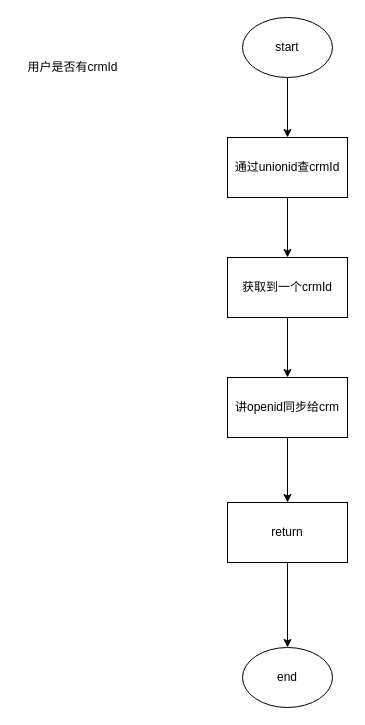
Earlier version of the draw.io diagram miniprojectexistMember.drawio (FocusZhouGD/drawprogram). Source tidied: cells renumbered, new cells numbered last; positions are measured from the earlier drawing's top-left corner, leaving out a move shared by most shapes. Both pictures are drawn from the tidied source at 100%, with x=0, y=0 at pixel (17, 17).
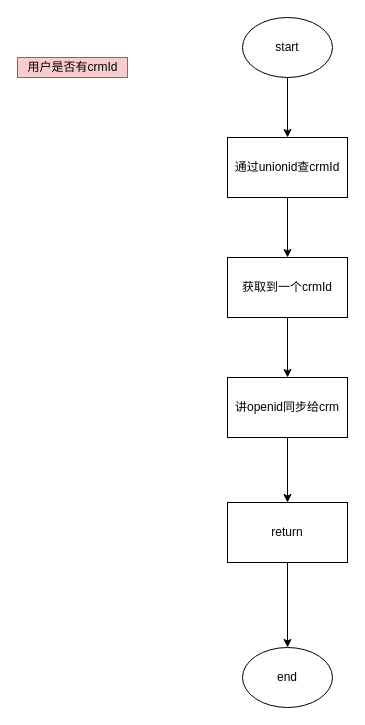
Above is the later version.

Change to the diagram source:
```diff
@@
 <mxGraphModel>
   <root>
     <mxCell id="0" />
     <mxCell id="1" parent="0" />
     <mxCell id="2" style="edgeStyle=orthogonalEdgeStyle;rounded=0;jettySize=auto;html=1;" parent="1" edge="1" source="3" target="5">
       <mxGeometry relative="1" as="geometry" />
     </mxCell>
     <mxCell id="3" value="start" style="ellipse;whiteSpace=wrap;html=1;" parent="1" vertex="1">
       <mxGeometry x="225" width="90" height="60" as="geometry" />
     </mxCell>
     <mxCell id="4" style="edgeStyle=orthogonalEdgeStyle;rounded=0;jettySize=auto;html=1;" parent="1" edge="1" source="5" target="7">
       <mxGeometry relative="1" as="geometry" />
     </mxCell>
     <mxCell id="5" value="通过unionid查crmId" style="rounded=0;whiteSpace=wrap;html=1;" parent="1" vertex="1">
       <mxGeometry x="210" y="120" width="120" height="60" as="geometry" />
     </mxCell>
     <mxCell id="6" style="edgeStyle=orthogonalEdgeStyle;rounded=0;jettySize=auto;html=1;" parent="1" edge="1" source="7" target="9">
       <mxGeometry relative="1" as="geometry" />
     </mxCell>
     <mxCell id="7" value="获取到一个crmId" style="rounded=0;whiteSpace=wrap;html=1;" parent="1" vertex="1">
       <mxGeometry x="210" y="240" width="120" height="60" as="geometry" />
     </mxCell>
     <mxCell id="8" style="edgeStyle=orthogonalEdgeStyle;rounded=0;jettySize=auto;html=1;" parent="1" edge="1" source="9" target="11">
       <mxGeometry relative="1" as="geometry" />
     </mxCell>
     <mxCell id="9" value="讲openid同步给crm" style="rounded=0;whiteSpace=wrap;html=1;" parent="1" vertex="1">
       <mxGeometry x="210" y="360" width="120" height="60" as="geometry" />
     </mxCell>
     <mxCell id="10" style="edgeStyle=orthogonalEdgeStyle;rounded=0;jettySize=auto;html=1;" parent="1" edge="1" source="11" target="12">
       <mxGeometry relative="1" as="geometry" />
     </mxCell>
     <mxCell id="11" value="return" style="rounded=0;whiteSpace=wrap;html=1;" parent="1" vertex="1">
       <mxGeometry x="210" y="485" width="120" height="60" as="geometry" />
     </mxCell>
     <mxCell id="12" value="end" style="ellipse;whiteSpace=wrap;html=1;" parent="1" vertex="1">
       <mxGeometry x="225" y="630" width="90" height="60" as="geometry" />
     </mxCell>
-    <mxCell id="13" value="用户是否有crmId" style="text;html=1;align=center;verticalAlign=middle;strokeColor=none;" parent="1" vertex="1">
+    <mxCell id="13" value="用户是否有crmId" style="text;html=1;align=center;verticalAlign=middle;strokeColor=#b85450;fillColor=#f8cecc;" parent="1" vertex="1">
       <mxGeometry y="40" width="110" height="20" as="geometry" />
     </mxCell>
   </root>
 </mxGraphModel>
```
